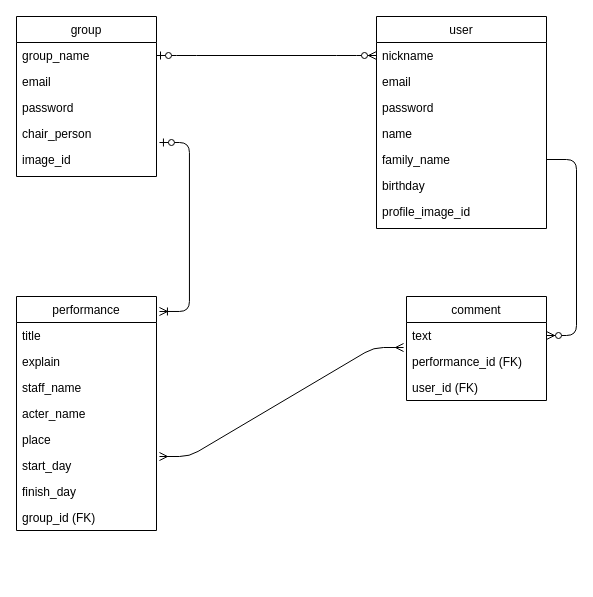
Above: theatre_archive.dio in Kagiya-masahumi/theatre_archive_app (draw.io), before the change. Source tidied: cells renumbered, new cells numbered last; positions are measured from the earlier drawing's top-left corner, leaving out a move shared by most shapes. Both pictures are drawn from the tidied source at 100%, with x=0, y=0 at pixel (16, 16).
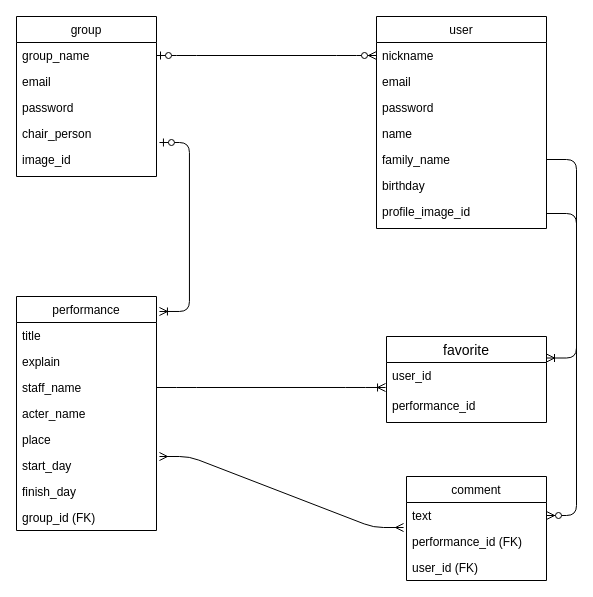
After the change.

Unchanged cells that the change refers to:
```xml
<mxCell id="9" value="profile_image_id" style="text;strokeColor=none;fillColor=none;spacingLeft=4;spacingRight=4;overflow=hidden;points=[[0,0.5],[1,0.5]];portConstraint=eastwest;fontSize=12;" parent="2" vertex="1">
  <mxGeometry y="182" width="170" height="30" as="geometry" />
</mxCell>
<mxCell id="19" value="staff_name" style="text;strokeColor=none;fillColor=none;align=left;verticalAlign=top;spacingLeft=4;spacingRight=4;overflow=hidden;points=[[0,0.5],[1,0.5]];portConstraint=eastwest;" parent="16" vertex="1">
  <mxGeometry y="78" width="140" height="26" as="geometry" />
</mxCell>
```

Change to the diagram source:
```diff
@@
     <mxCell id="25" value="comment" style="swimlane;fontStyle=0;horizontal=1;startSize=26;fillColor=none;" parent="1" vertex="1">
-      <mxGeometry x="390" y="280" width="140" height="104" as="geometry" />
+      <mxGeometry x="390" y="460" width="140" height="104" as="geometry" />
     </mxCell>
@@
+    <mxCell id="33" value="favorite" style="swimlane;fontStyle=0;horizontal=1;startSize=26;align=center;fontSize=14;" parent="1" vertex="1">
+      <mxGeometry x="370" y="320" width="160" height="86" as="geometry" />
+    </mxCell>
+    <mxCell id="34" value="user_id" style="text;strokeColor=none;fillColor=none;spacingLeft=4;spacingRight=4;overflow=hidden;points=[[0,0.5],[1,0.5]];portConstraint=eastwest;fontSize=12;" parent="33" vertex="1">
+      <mxGeometry y="26" width="160" height="30" as="geometry" />
+    </mxCell>
+    <mxCell id="35" value="performance_id" style="text;strokeColor=none;fillColor=none;spacingLeft=4;spacingRight=4;overflow=hidden;fontSize=12;" parent="33" vertex="1">
+      <mxGeometry y="56" width="160" height="30" as="geometry" />
+    </mxCell>
+    <mxCell id="36" style="edgeStyle=entityRelationEdgeStyle;fontSize=12;html=1;endArrow=ERoneToMany;entryX=-0.006;entryY=0.833;entryDx=0;entryDy=0;entryPerimeter=0;exitX=1;exitY=0.5;exitDx=0;exitDy=0;" parent="1" edge="1" source="19" target="34">
+      <mxGeometry relative="1" as="geometry" />
+    </mxCell>
+    <mxCell id="37" style="edgeStyle=entityRelationEdgeStyle;fontSize=12;html=1;endArrow=ERoneToMany;entryX=1;entryY=0.25;entryDx=0;entryDy=0;exitX=1;exitY=0.5;exitDx=0;exitDy=0;" parent="1" edge="1" source="9" target="33">
+      <mxGeometry relative="1" as="geometry" />
+    </mxCell>
```
